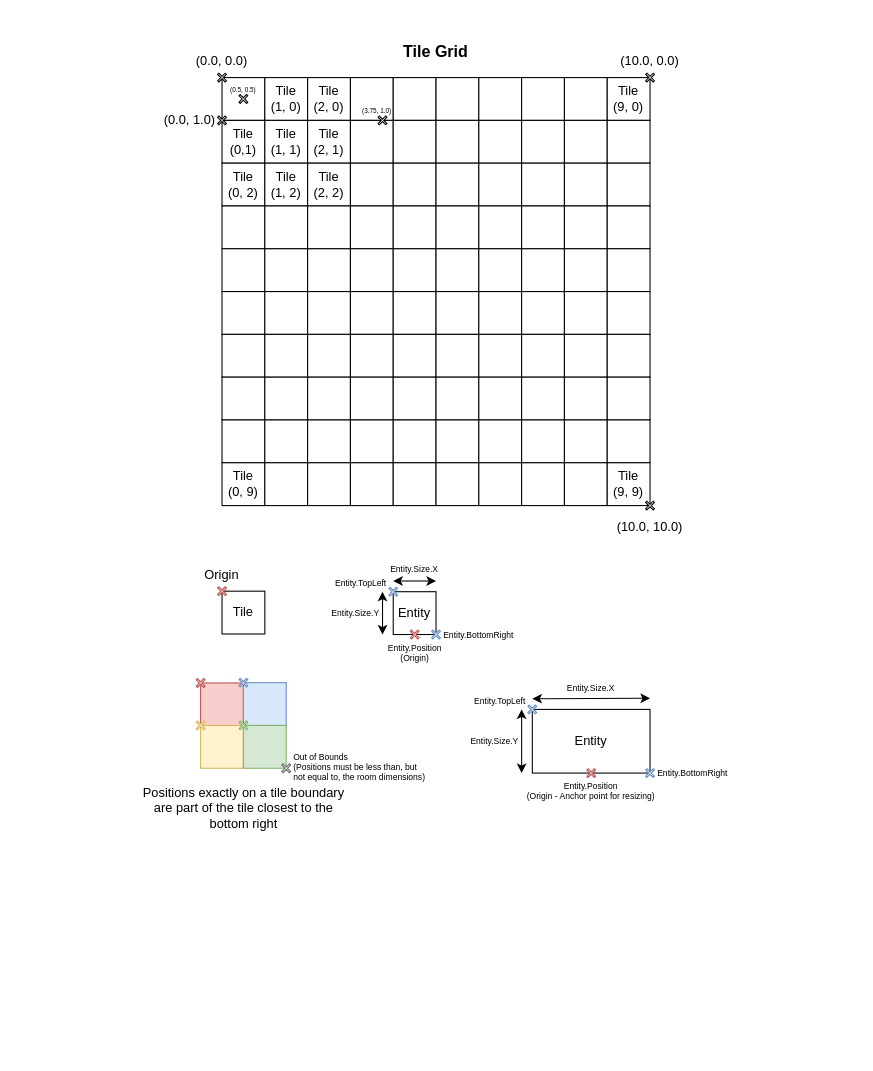
Photon-Gaming/RPG-Project keeps this draw.io diagram as Diagrams/Coordinate System.drawio. Above is the earlier version. Source tidied: cells renumbered, new cells numbered last; positions are measured from the earlier drawing's top-left corner, leaving out a move shared by most shapes. Both pictures are drawn from the tidied source at 107%, with x=0, y=0 at pixel (135, 34).
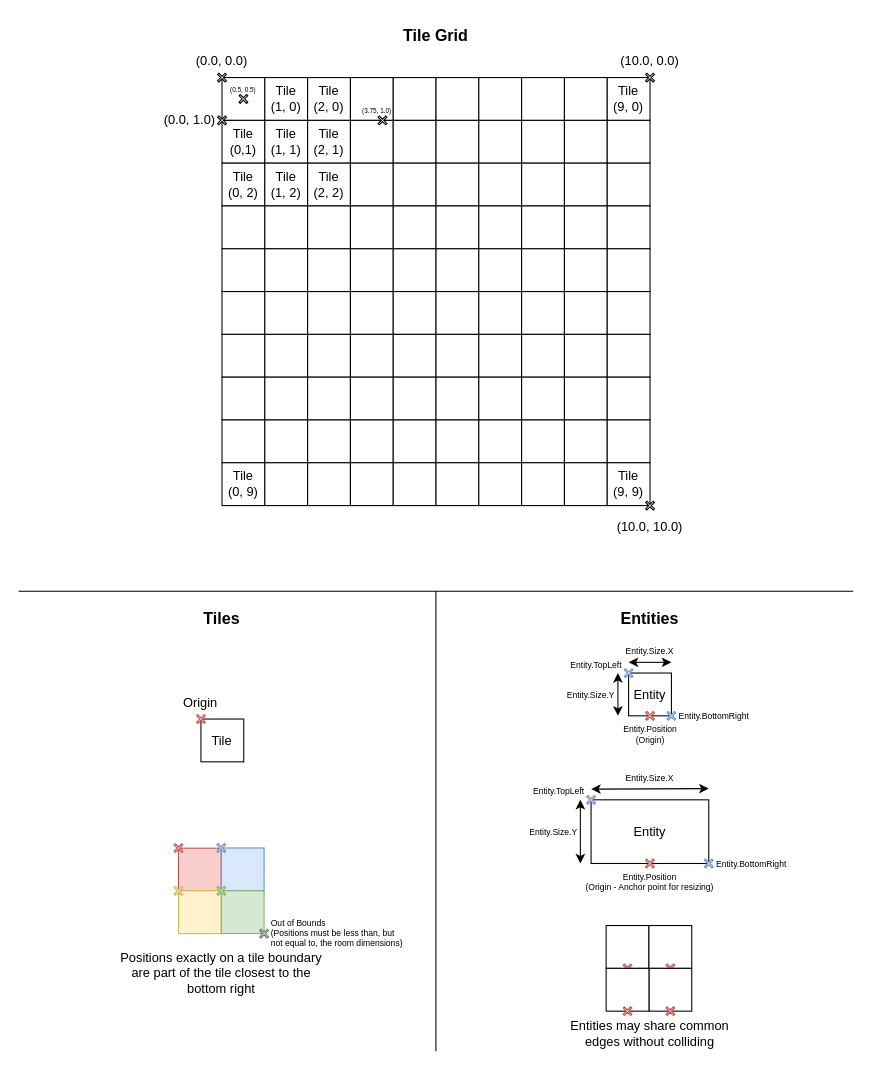
After the change.

Commit message:
Improve layout of coordinate system diagram

Diff of the diagram source:
```diff
@@
     <mxCell id="2" value="Entity" style="whiteSpace=wrap;html=1;" parent="1" vertex="1">
-      <mxGeometry x="371" y="630.5" width="110" height="59.5" as="geometry" />
+      <mxGeometry x="425.9" y="715" width="110" height="59.5" as="geometry" />
     </mxCell>
@@
     <mxCell id="111" value="Tile" style="whiteSpace=wrap;html=1;" parent="1" vertex="1">
-      <mxGeometry x="81" y="520" width="40" height="40" as="geometry" />
+      <mxGeometry x="61.3" y="639.5" width="40" height="40" as="geometry" />
     </mxCell>
     <mxCell id="112" style="shape=cross;whiteSpace=wrap;html=1;rotation=45;size=0.16279371554005403;fillColor=#f8cecc;strokeColor=#b85450;" parent="1" vertex="1">
-      <mxGeometry x="76" y="515" width="10" height="10" as="geometry" />
+      <mxGeometry x="56.3" y="634.5" width="10" height="10" as="geometry" />
     </mxCell>
     <mxCell id="113" value="Origin" style="text;html=1;align=center;verticalAlign=middle;whiteSpace=wrap;rounded=0;" parent="1" vertex="1">
-      <mxGeometry x="51" y="490" width="60" height="30" as="geometry" />
+      <mxGeometry x="31.3" y="609.5" width="60" height="30" as="geometry" />
     </mxCell>
     <mxCell id="114" value="Entity" style="whiteSpace=wrap;html=1;" parent="1" vertex="1">
-      <mxGeometry x="241" y="520.5" width="40" height="40" as="geometry" />
+      <mxGeometry x="461" y="596.5" width="40" height="40" as="geometry" />
     </mxCell>
     <mxCell id="115" style="shape=cross;whiteSpace=wrap;html=1;rotation=45;size=0.16279371554005403;fillColor=#f8cecc;strokeColor=#b85450;" parent="1" vertex="1">
-      <mxGeometry x="256" y="555.5" width="10" height="10" as="geometry" />
+      <mxGeometry x="476" y="631.5" width="10" height="10" as="geometry" />
     </mxCell>
     <mxCell id="116" value="&lt;div style=&quot;font-size: 8px;&quot;&gt;Entity.Position&lt;/div&gt;&lt;div style=&quot;font-size: 8px;&quot;&gt;(Origin)&lt;br style=&quot;font-size: 8px;&quot;&gt;&lt;/div&gt;" style="text;html=1;align=center;verticalAlign=middle;whiteSpace=wrap;rounded=0;fontSize=8;" parent="1" vertex="1">
-      <mxGeometry x="233.5" y="565.5" width="55" height="24.5" as="geometry" />
+      <mxGeometry x="453.5" y="641.5" width="55" height="24.5" as="geometry" />
     </mxCell>
     <mxCell id="117" style="shape=cross;whiteSpace=wrap;html=1;rotation=45;size=0.16279371554005403;fillColor=#dae8fc;strokeColor=#6c8ebf;" parent="1" vertex="1">
-      <mxGeometry x="236" y="515.5" width="10" height="10" as="geometry" />
+      <mxGeometry x="456" y="591.5" width="10" height="10" as="geometry" />
     </mxCell>
     <mxCell id="118" value="Entity.TopLeft" style="text;html=1;align=center;verticalAlign=middle;whiteSpace=wrap;rounded=0;fontSize=8;" parent="1" vertex="1">
-      <mxGeometry x="181" y="500" width="60" height="25.5" as="geometry" />
+      <mxGeometry x="401" y="576" width="60" height="25.5" as="geometry" />
     </mxCell>
     <mxCell id="119" style="shape=cross;whiteSpace=wrap;html=1;rotation=45;size=0.16279371554005403;fillColor=#dae8fc;strokeColor=#6c8ebf;" parent="1" vertex="1">
-      <mxGeometry x="276" y="555.5" width="10" height="10" as="geometry" />
+      <mxGeometry x="496" y="631.5" width="10" height="10" as="geometry" />
     </mxCell>
     <mxCell id="120" value="Entity.BottomRight" style="text;html=1;align=center;verticalAlign=middle;whiteSpace=wrap;rounded=0;fontSize=8;" parent="1" vertex="1">
-      <mxGeometry x="281" y="545.5" width="80" height="30" as="geometry" />
+      <mxGeometry x="501" y="621.5" width="80" height="30" as="geometry" />
     </mxCell>
     <mxCell id="121" style="endArrow=classic;startArrow=classic;html=1;rounded=0;" parent="1" edge="1">
       <mxGeometry relative="1" as="geometry">
-        <mxPoint x="241" y="510.5" as="sourcePoint" />
-        <mxPoint x="281" y="510.5" as="targetPoint" />
+        <mxPoint x="461" y="586.5" as="sourcePoint" />
+        <mxPoint x="501" y="586.5" as="targetPoint" />
       </mxGeometry>
     </mxCell>
     <mxCell id="122" value="Entity.Size.X" style="text;html=1;align=center;verticalAlign=middle;whiteSpace=wrap;rounded=0;fontSize=8;" parent="1" vertex="1">
-      <mxGeometry x="236" y="485" width="50" height="30" as="geometry" />
+      <mxGeometry x="456" y="561" width="50" height="30" as="geometry" />
     </mxCell>
     <mxCell id="123" style="endArrow=classic;startArrow=classic;html=1;rounded=0;" parent="1" edge="1">
       <mxGeometry relative="1" as="geometry">
-        <mxPoint x="231" y="560.5" as="sourcePoint" />
-        <mxPoint x="231" y="520.5" as="targetPoint" />
+        <mxPoint x="451" y="636.5" as="sourcePoint" />
+        <mxPoint x="451" y="596.5" as="targetPoint" />
       </mxGeometry>
     </mxCell>
     <mxCell id="124" value="Entity.Size.Y" style="text;html=1;align=center;verticalAlign=middle;whiteSpace=wrap;rounded=0;fontSize=8;" parent="1" vertex="1">
-      <mxGeometry x="181" y="525.5" width="50" height="30" as="geometry" />
+      <mxGeometry x="401" y="601.5" width="50" height="30" as="geometry" />
     </mxCell>
     <mxCell id="125" style="shape=cross;whiteSpace=wrap;html=1;rotation=45;size=0.16279371554005403;fillColor=#f8cecc;strokeColor=#b85450;" parent="1" vertex="1">
-      <mxGeometry x="421" y="685" width="10" height="10" as="geometry" />
+      <mxGeometry x="475.9" y="769.5" width="10" height="10" as="geometry" />
     </mxCell>
     <mxCell id="126" value="&lt;div style=&quot;font-size: 8px;&quot;&gt;Entity.Position&lt;/div&gt;&lt;div style=&quot;font-size: 8px;&quot;&gt;(Origin - Anchor point for resizing)&lt;br style=&quot;font-size: 8px;&quot;&gt;&lt;/div&gt;" style="text;html=1;align=center;verticalAlign=middle;whiteSpace=wrap;rounded=0;fontSize=8;" parent="1" vertex="1">
-      <mxGeometry x="321" y="695" width="210" height="24.5" as="geometry" />
+      <mxGeometry x="375.9" y="779.5" width="210" height="24.5" as="geometry" />
     </mxCell>
     <mxCell id="127" style="shape=cross;whiteSpace=wrap;html=1;rotation=45;size=0.16279371554005403;fillColor=#dae8fc;strokeColor=#6c8ebf;" parent="1" vertex="1">
-      <mxGeometry x="366" y="625.5" width="10" height="10" as="geometry" />
+      <mxGeometry x="420.9" y="710" width="10" height="10" as="geometry" />
     </mxCell>
     <mxCell id="128" value="Entity.TopLeft" style="text;html=1;align=center;verticalAlign=middle;whiteSpace=wrap;rounded=0;fontSize=8;" parent="1" vertex="1">
-      <mxGeometry x="311" y="610" width="60" height="25.5" as="geometry" />
+      <mxGeometry x="365.9" y="694.5" width="60" height="25.5" as="geometry" />
     </mxCell>
     <mxCell id="129" style="shape=cross;whiteSpace=wrap;html=1;rotation=45;size=0.16279371554005403;fillColor=#dae8fc;strokeColor=#6c8ebf;" parent="1" vertex="1">
-      <mxGeometry x="476" y="685" width="10" height="10" as="geometry" />
+      <mxGeometry x="530.9" y="769.5" width="10" height="10" as="geometry" />
     </mxCell>
     <mxCell id="130" value="Entity.BottomRight" style="text;html=1;align=center;verticalAlign=middle;whiteSpace=wrap;rounded=0;fontSize=8;" parent="1" vertex="1">
-      <mxGeometry x="481" y="675" width="80" height="30" as="geometry" />
+      <mxGeometry x="535.9" y="759.5" width="80" height="30" as="geometry" />
     </mxCell>
     <mxCell id="131" style="endArrow=classic;startArrow=classic;html=1;rounded=0;" parent="1" edge="1">
       <mxGeometry relative="1" as="geometry">
-        <mxPoint x="371" y="620.5" as="sourcePoint" />
-        <mxPoint x="481" y="620" as="targetPoint" />
+        <mxPoint x="425.9" y="705" as="sourcePoint" />
+        <mxPoint x="535.9" y="704.5" as="targetPoint" />
       </mxGeometry>
     </mxCell>
     <mxCell id="132" value="Entity.Size.X" style="text;html=1;align=center;verticalAlign=middle;whiteSpace=wrap;rounded=0;fontSize=8;" parent="1" vertex="1">
-      <mxGeometry x="401" y="595.5" width="50" height="30" as="geometry" />
+      <mxGeometry x="455.9" y="680" width="50" height="30" as="geometry" />
     </mxCell>
     <mxCell id="133" style="endArrow=classic;startArrow=classic;html=1;rounded=0;" parent="1" edge="1">
       <mxGeometry relative="1" as="geometry">
-        <mxPoint x="361" y="690" as="sourcePoint" />
-        <mxPoint x="361" y="630.5" as="targetPoint" />
+        <mxPoint x="415.9" y="774.5" as="sourcePoint" />
+        <mxPoint x="415.9" y="715" as="targetPoint" />
       </mxGeometry>
     </mxCell>
     <mxCell id="134" value="Entity.Size.Y" style="text;html=1;align=center;verticalAlign=middle;whiteSpace=wrap;rounded=0;fontSize=8;" parent="1" vertex="1">
-      <mxGeometry x="311" y="645.2" width="50" height="30" as="geometry" />
+      <mxGeometry x="365.9" y="729.8" width="50" height="30" as="geometry" />
     </mxCell>
@@
     <mxCell id="137" value="&lt;font style=&quot;font-size: 15px;&quot;&gt;&lt;b&gt;Tile Grid&lt;/b&gt;&lt;/font&gt;" style="text;html=1;align=center;verticalAlign=middle;whiteSpace=wrap;rounded=0;" parent="1" vertex="1">
-      <mxGeometry x="241" width="80" height="30" as="geometry" />
+      <mxGeometry x="241" y="-15" width="80" height="30" as="geometry" />
     </mxCell>
@@
     <mxCell id="140" style="whiteSpace=wrap;html=1;fillColor=#f8cecc;strokeColor=#b85450;" parent="1" vertex="1">
-      <mxGeometry x="61" y="605.8" width="40" height="40" as="geometry" />
+      <mxGeometry x="40.3" y="760.2" width="40" height="40" as="geometry" />
     </mxCell>
     <mxCell id="141" style="shape=cross;whiteSpace=wrap;html=1;rotation=45;size=0.16279371554005403;fillColor=#f8cecc;strokeColor=#b85450;" parent="1" vertex="1">
-      <mxGeometry x="56" y="600.8" width="10" height="10" as="geometry" />
+      <mxGeometry x="35.3" y="755.2" width="10" height="10" as="geometry" />
     </mxCell>
     <mxCell id="142" style="whiteSpace=wrap;html=1;fillColor=#dae8fc;strokeColor=#6c8ebf;" parent="1" vertex="1">
-      <mxGeometry x="101" y="605.5" width="40" height="40" as="geometry" />
+      <mxGeometry x="80.3" y="760" width="40" height="40" as="geometry" />
     </mxCell>
     <mxCell id="143" style="shape=cross;whiteSpace=wrap;html=1;rotation=45;size=0.16279371554005403;fillColor=#dae8fc;strokeColor=#6c8ebf;" parent="1" vertex="1">
-      <mxGeometry x="96" y="600.5" width="10" height="10" as="geometry" />
+      <mxGeometry x="75.3" y="755" width="10" height="10" as="geometry" />
     </mxCell>
     <mxCell id="144" style="whiteSpace=wrap;html=1;fillColor=#fff2cc;strokeColor=#d6b656;" parent="1" vertex="1">
-      <mxGeometry x="61" y="645.5" width="40" height="40" as="geometry" />
+      <mxGeometry x="40.3" y="800" width="40" height="40" as="geometry" />
     </mxCell>
     <mxCell id="145" style="shape=cross;whiteSpace=wrap;html=1;rotation=45;size=0.16279371554005403;fillColor=#fff2cc;strokeColor=#d6b656;" parent="1" vertex="1">
-      <mxGeometry x="56" y="640.5" width="10" height="10" as="geometry" />
+      <mxGeometry x="35.3" y="795" width="10" height="10" as="geometry" />
     </mxCell>
     <mxCell id="146" style="whiteSpace=wrap;html=1;fillColor=#d5e8d4;strokeColor=#82b366;" parent="1" vertex="1">
-      <mxGeometry x="101" y="645.5" width="40" height="40" as="geometry" />
+      <mxGeometry x="80.3" y="800" width="40" height="40" as="geometry" />
     </mxCell>
     <mxCell id="147" style="shape=cross;whiteSpace=wrap;html=1;rotation=45;size=0.16279371554005403;fillColor=#d5e8d4;strokeColor=#82b366;" parent="1" vertex="1">
-      <mxGeometry x="96" y="640.5" width="10" height="10" as="geometry" />
+      <mxGeometry x="75.3" y="795" width="10" height="10" as="geometry" />
     </mxCell>
     <mxCell id="148" value="Positions exactly on a tile boundary are part of the tile closest to the bottom right" style="text;html=1;align=center;verticalAlign=middle;whiteSpace=wrap;rounded=0;" parent="1" vertex="1">
-      <mxGeometry x="-0.2" y="700" width="202.5" height="45.5" as="geometry" />
+      <mxGeometry x="-21" y="854.5" width="202.5" height="45.5" as="geometry" />
     </mxCell>
     <mxCell id="149" style="shape=cross;whiteSpace=wrap;html=1;rotation=45;size=0.16279371554005403;fillColor=#f5f5f5;strokeColor=#666666;fontColor=#333333;" parent="1" vertex="1">
-      <mxGeometry x="136" y="680.5" width="10" height="10" as="geometry" />
+      <mxGeometry x="115.3" y="835" width="10" height="10" as="geometry" />
     </mxCell>
     <mxCell id="150" value="Out of Bounds&lt;div style=&quot;font-size: 8px;&quot;&gt;(Positions must be less than, but not equal to, the room dimensions)&lt;/div&gt;" style="text;html=1;align=left;verticalAlign=middle;whiteSpace=wrap;rounded=0;fontSize=8;" parent="1" vertex="1">
-      <mxGeometry x="146" y="670" width="130" height="30" as="geometry" />
+      <mxGeometry x="125.3" y="824.5" width="130" height="30" as="geometry" />
     </mxCell>
+    <mxCell id="151" style="endArrow=none;html=1;rounded=0;" parent="1" edge="1">
+      <mxGeometry relative="1" as="geometry">
+        <mxPoint x="-109.1" y="520" as="sourcePoint" />
+        <mxPoint x="670.9" y="520" as="targetPoint" />
+      </mxGeometry>
+    </mxCell>
+    <mxCell id="152" style="endArrow=none;html=1;rounded=0;" parent="1" edge="1">
+      <mxGeometry relative="1" as="geometry">
+        <mxPoint x="280.9" y="950" as="sourcePoint" />
+        <mxPoint x="280.9" y="520" as="targetPoint" />
+      </mxGeometry>
+    </mxCell>
+    <mxCell id="153" value="&lt;font style=&quot;font-size: 15px;&quot;&gt;&lt;b&gt;Tiles&lt;/b&gt;&lt;/font&gt;" style="text;html=1;align=center;verticalAlign=middle;whiteSpace=wrap;rounded=0;" parent="1" vertex="1">
+      <mxGeometry x="41" y="530" width="80" height="30" as="geometry" />
+    </mxCell>
+    <mxCell id="154" value="&lt;font style=&quot;font-size: 15px;&quot;&gt;&lt;b&gt;Entities&lt;/b&gt;&lt;/font&gt;" style="text;html=1;align=center;verticalAlign=middle;whiteSpace=wrap;rounded=0;" parent="1" vertex="1">
+      <mxGeometry x="441" y="530" width="80" height="30" as="geometry" />
+    </mxCell>
+    <mxCell id="155" style="whiteSpace=wrap;html=1;" parent="1" vertex="1">
+      <mxGeometry x="440" y="832.5" width="40" height="40" as="geometry" />
+    </mxCell>
+    <mxCell id="156" style="shape=cross;whiteSpace=wrap;html=1;rotation=45;size=0.16279371554005403;fillColor=#f8cecc;strokeColor=#b85450;" parent="1" vertex="1">
+      <mxGeometry x="455" y="867.5" width="10" height="10" as="geometry" />
+    </mxCell>
+    <mxCell id="157" style="whiteSpace=wrap;html=1;" parent="1" vertex="1">
+      <mxGeometry x="480" y="832.5" width="40" height="40" as="geometry" />
+    </mxCell>
+    <mxCell id="158" style="shape=cross;whiteSpace=wrap;html=1;rotation=45;size=0.16279371554005403;fillColor=#f8cecc;strokeColor=#b85450;" parent="1" vertex="1">
+      <mxGeometry x="495" y="867.5" width="10" height="10" as="geometry" />
+    </mxCell>
+    <mxCell id="159" style="whiteSpace=wrap;html=1;" parent="1" vertex="1">
+      <mxGeometry x="480" y="872.5" width="40" height="40" as="geometry" />
+    </mxCell>
+    <mxCell id="160" style="shape=cross;whiteSpace=wrap;html=1;rotation=45;size=0.16279371554005403;fillColor=#f8cecc;strokeColor=#b85450;" parent="1" vertex="1">
+      <mxGeometry x="495" y="907.5" width="10" height="10" as="geometry" />
+    </mxCell>
+    <mxCell id="161" style="whiteSpace=wrap;html=1;" parent="1" vertex="1">
+      <mxGeometry x="440" y="872.5" width="40" height="40" as="geometry" />
+    </mxCell>
+    <mxCell id="162" style="shape=cross;whiteSpace=wrap;html=1;rotation=45;size=0.16279371554005403;fillColor=#f8cecc;strokeColor=#b85450;" parent="1" vertex="1">
+      <mxGeometry x="455" y="907.5" width="10" height="10" as="geometry" />
+    </mxCell>
+    <mxCell id="163" value="Entities may share common edges without colliding" style="text;html=1;align=center;verticalAlign=middle;whiteSpace=wrap;rounded=0;" parent="1" vertex="1">
+      <mxGeometry x="390.9" y="919" width="180" height="30" as="geometry" />
+    </mxCell>
```
